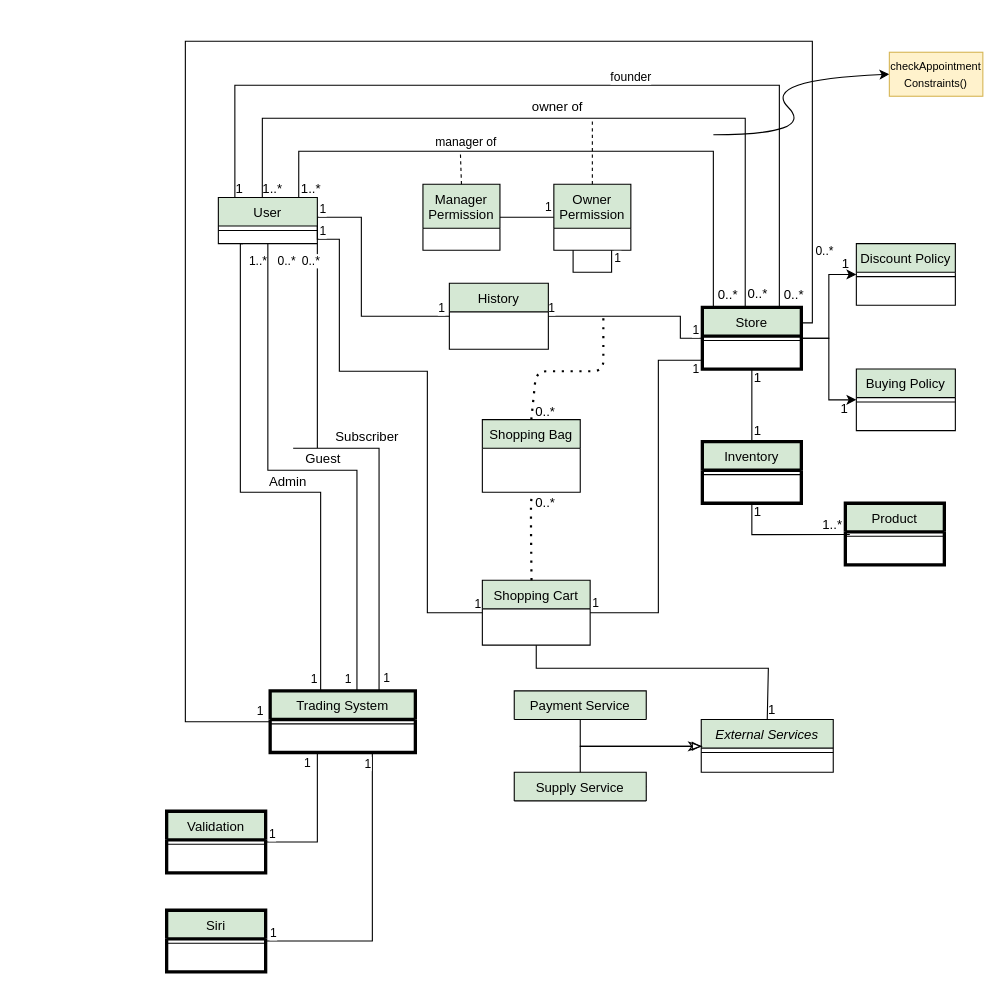
The draw.io diagram version_0/Split_Parts/WhiteDiagram/WhiteDiagram_new.drawio in amitrub/Trading-System, before the edit. Source tidied: cells renumbered, new cells numbered last; positions are measured from the earlier drawing's top-left corner, leaving out a move shared by most shapes. Both pictures are drawn from the tidied source at 110%, with x=0, y=0 at pixel (166, 41).
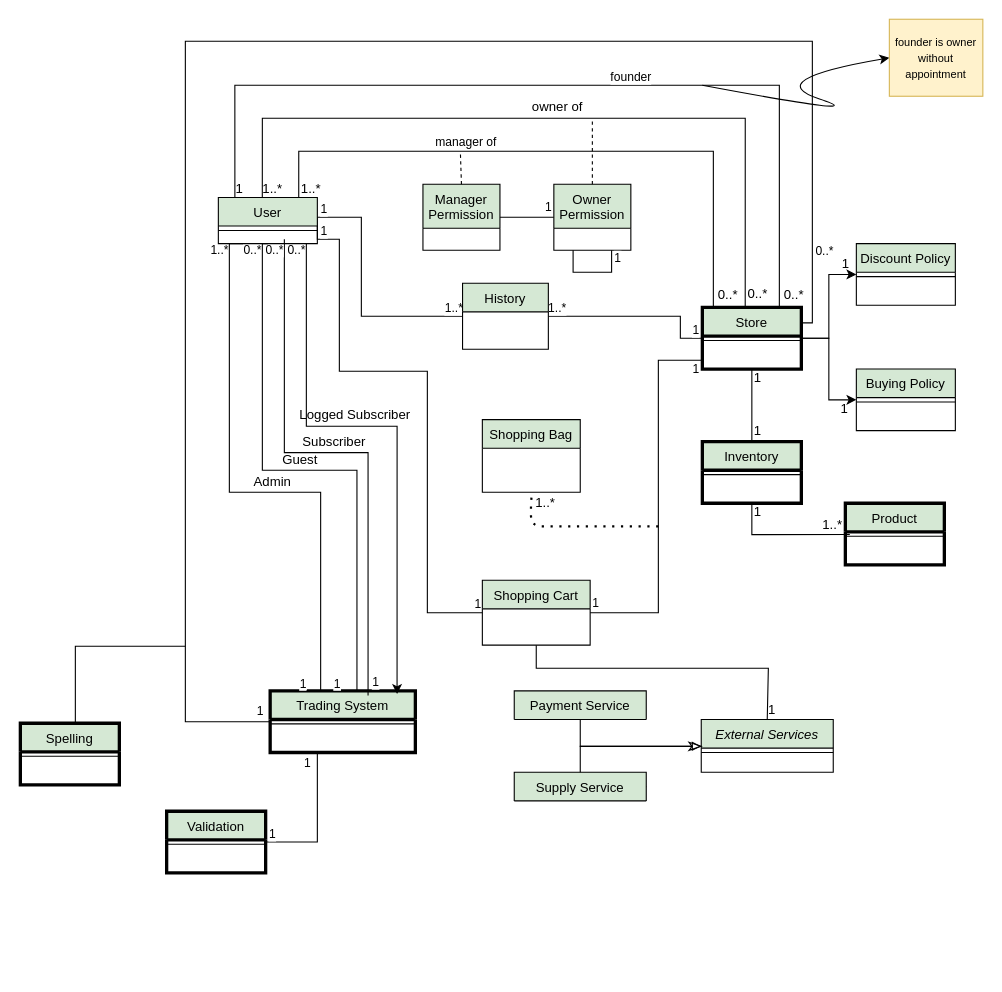
Above is the later version.

Unchanged cells that the change refers to:
```xml
<mxCell id="17" value="Trading System" style="swimlane;fontStyle=0;align=center;verticalAlign=top;horizontal=1;startSize=26;rounded=0;shadow=0;strokeWidth=3;fillColor=#d5e8d4;" parent="1" vertex="1">
  <mxGeometry x="94.1" y="590.6" width="132" height="56" as="geometry" />
</mxCell>
<mxCell id="49" value="Shopping Bag" style="swimlane;fontStyle=0;align=center;verticalAlign=top;horizontal=1;startSize=26;rounded=0;shadow=0;strokeWidth=1;fillColor=#d5e8d4;" parent="1" vertex="1">
  <mxGeometry x="287" y="344" width="89" height="66" as="geometry" />
</mxCell>
<mxCell id="65" style="edgeStyle=orthogonalEdgeStyle;rounded=0;jettySize=auto;html=1;exitX=1;exitY=0.5;exitDx=0;exitDy=0;entryX=0;entryY=0.5;entryDx=0;entryDy=0;endArrow=none;endFill=0;" parent="1" edge="1" source="69" target="88">
  <mxGeometry relative="1" as="geometry">
    <Array as="points">
      <mxPoint x="137" y="160" />
      <mxPoint x="177" y="160" />
      <mxPoint x="177" y="250" />
    </Array>
  </mxGeometry>
</mxCell>
<mxCell id="69" value="User" style="swimlane;fontStyle=0;align=center;verticalAlign=top;horizontal=1;startSize=26;rounded=0;shadow=0;strokeWidth=1;fillColor=#d5e8d4;" parent="1" vertex="1">
  <mxGeometry x="47" y="142" width="90" height="42" as="geometry" />
</mxCell>
<mxCell id="84" style="edgeStyle=orthogonalEdgeStyle;rounded=0;jettySize=auto;html=1;exitX=1;exitY=0.5;exitDx=0;exitDy=0;endArrow=none;endFill=0;" parent="1" edge="1" source="88">
  <mxGeometry relative="1" as="geometry">
    <mxPoint x="487" y="270" as="targetPoint" />
    <Array as="points">
      <mxPoint x="467" y="250" />
      <mxPoint x="467" y="270" />
    </Array>
  </mxGeometry>
</mxCell>
```

What changed in the source:
```diff
@@
-    <mxCell id="14" style="edgeStyle=orthogonalEdgeStyle;rounded=0;jettySize=auto;html=1;exitX=0.75;exitY=1;exitDx=0;exitDy=0;entryX=1;entryY=0.5;entryDx=0;entryDy=0;endArrow=none;endFill=0;" parent="1" edge="1" source="17" target="94">
-      <mxGeometry relative="1" as="geometry">
-        <Array as="points">
-          <mxPoint x="187" y="647" />
-          <mxPoint x="187" y="818" />
-        </Array>
-      </mxGeometry>
-    </mxCell>
-    <mxCell id="15" value="1" style="edgeLabel;html=1;align=center;verticalAlign=middle;" parent="14" vertex="1">
-      <mxGeometry x="-0.88" y="-1" relative="1" as="geometry">
-        <mxPoint x="-4" as="offset" />
-      </mxGeometry>
-    </mxCell>
-    <mxCell id="16" value="1" style="edgeLabel;html=1;align=center;verticalAlign=middle;" parent="14" vertex="1">
-      <mxGeometry x="0.9" y="2" relative="1" as="geometry">
-        <mxPoint x="-6.5" y="-10" as="offset" />
-      </mxGeometry>
-    </mxCell>
@@
-    <mxCell id="26" style="edgeStyle=orthogonalEdgeStyle;rounded=0;jettySize=auto;html=1;exitX=1;exitY=1;exitDx=0;exitDy=0;endArrow=none;endFill=0;entryX=0.75;entryY=0;entryDx=0;entryDy=0;" parent="1" edge="1" source="69" target="17">
+    <mxCell id="26" style="edgeStyle=orthogonalEdgeStyle;rounded=0;orthogonalLoop=1;jettySize=auto;html=1;endArrow=none;endFill=0;entryX=0.75;entryY=0;entryDx=0;entryDy=0;" parent="1" edge="1">
       <mxGeometry relative="1" as="geometry">
+        <mxPoint x="107" y="180" as="sourcePoint" />
+        <mxPoint x="183.1" y="594.7" as="targetPoint" />
         <Array as="points">
-          <mxPoint x="115" y="370" />
-          <mxPoint x="206" y="370" />
+          <mxPoint x="107" y="188" />
+          <mxPoint x="107" y="374" />
+          <mxPoint x="183" y="374" />
         </Array>
       </mxGeometry>
     </mxCell>
     <mxCell id="27" value="0..*" style="edgeLabel;html=1;align=center;verticalAlign=middle;" parent="26" vertex="1">
       <mxGeometry x="-0.97" relative="1" as="geometry">
-        <mxPoint x="-6.5" y="7" as="offset" />
+        <mxPoint x="-10" y="2.6" as="offset" />
       </mxGeometry>
     </mxCell>
@@
     <mxCell id="31" value="0..*" style="edgeLabel;html=1;align=center;verticalAlign=middle;" parent="26" vertex="1">
       <mxGeometry x="-0.97" relative="1" as="geometry">
-        <mxPoint x="-28.8" y="7" as="offset" />
+        <mxPoint x="-30" y="2.6" as="offset" />
       </mxGeometry>
     </mxCell>
     <mxCell id="32" value="1..*" style="edgeLabel;html=1;align=center;verticalAlign=middle;" parent="26" vertex="1">
       <mxGeometry x="-0.97" relative="1" as="geometry">
-        <mxPoint x="-54.8" y="7" as="offset" />
+        <mxPoint x="-60" y="2.6" as="offset" />
       </mxGeometry>
     </mxCell>
+    <mxCell id="90" value="0..*" style="edgeLabel;html=1;align=center;verticalAlign=middle;" parent="26" vertex="1">
+      <mxGeometry x="-0.97" relative="1" as="geometry">
+        <mxPoint x="10" y="2.6" as="offset" />
+      </mxGeometry>
+    </mxCell>
     <mxCell id="33" style="edgeStyle=orthogonalEdgeStyle;rounded=0;jettySize=auto;html=1;exitX=0.5;exitY=1;exitDx=0;exitDy=0;entryX=0.5;entryY=0;entryDx=0;entryDy=0;endArrow=none;endFill=0;" parent="1" edge="1" source="69" target="17">
       <mxGeometry relative="1" as="geometry">
         <Array as="points">
-          <mxPoint x="92" y="390" />
+          <mxPoint x="87" y="184" />
+          <mxPoint x="87" y="390" />
           <mxPoint x="173" y="390" />
+          <mxPoint x="173" y="591" />
         </Array>
       </mxGeometry>
     </mxCell>
     <mxCell id="34" style="edgeStyle=orthogonalEdgeStyle;rounded=0;jettySize=auto;html=1;exitX=0.25;exitY=1;exitDx=0;exitDy=0;entryX=0.25;entryY=0;entryDx=0;entryDy=0;endArrow=none;endFill=0;" parent="1" edge="1" source="69" target="17">
       <mxGeometry relative="1" as="geometry">
         <Array as="points">
-          <mxPoint x="67" y="184" />
-          <mxPoint x="67" y="410" />
+          <mxPoint x="57" y="184" />
+          <mxPoint x="57" y="410" />
           <mxPoint x="140" y="410" />
+          <mxPoint x="140" y="591" />
         </Array>
       </mxGeometry>
     </mxCell>
@@
     <mxCell id="58" style="curved=1;endArrow=classic;html=1;entryX=0;entryY=0.5;entryDx=0;entryDy=0;" parent="1" edge="1" target="59">
       <mxGeometry relative="1" as="geometry">
-        <mxPoint x="497" y="85" as="sourcePoint" />
+        <mxPoint x="487" y="40" as="sourcePoint" />
         <Array as="points">
-          <mxPoint x="590" y="85" />
+          <mxPoint x="647" y="70" />
           <mxPoint x="540" y="35" />
         </Array>
       </mxGeometry>
     </mxCell>
-    <mxCell id="59" value="&lt;font style=&quot;font-size: 10px&quot;&gt;checkAppointment&lt;br&gt;Constraints()&lt;/font&gt;" style="rounded=0;whiteSpace=wrap;html=1;fillColor=#fff2cc;strokeColor=#d6b656;" parent="1" vertex="1">
-      <mxGeometry x="657" y="10" width="85" height="40" as="geometry" />
+    <mxCell id="59" value="&lt;span style=&quot;font-size: 10px&quot;&gt;founder is owner without appointment&lt;/span&gt;" style="rounded=0;whiteSpace=wrap;html=1;fillColor=#fff2cc;strokeColor=#d6b656;" parent="1" vertex="1">
+      <mxGeometry x="657" y="-20" width="85" height="70" as="geometry" />
     </mxCell>
     <mxCell id="60" value="Guest" style="text;html=1;align=center;verticalAlign=middle;" parent="1" vertex="1">
-      <mxGeometry x="117" y="370" width="50" height="20" as="geometry" />
+      <mxGeometry x="96" y="371" width="50" height="20" as="geometry" />
     </mxCell>
     <mxCell id="61" value="Subscriber" style="text;html=1;align=center;verticalAlign=middle;" parent="1" vertex="1">
-      <mxGeometry x="147" y="350" width="70" height="20" as="geometry" />
+      <mxGeometry x="117" y="354" width="70" height="20" as="geometry" />
     </mxCell>
     <mxCell id="62" value="Admin" style="text;html=1;align=center;verticalAlign=middle;" parent="1" vertex="1">
-      <mxGeometry x="85" y="391" width="50" height="20" as="geometry" />
+      <mxGeometry x="71" y="391" width="50" height="20" as="geometry" />
     </mxCell>
@@
-    <mxCell id="67" value="1" style="edgeLabel;html=1;align=center;verticalAlign=middle;" parent="65" vertex="1">
+    <mxCell id="67" value="1..*" style="edgeLabel;html=1;align=center;verticalAlign=middle;" parent="65" vertex="1">
       <mxGeometry x="0.91" y="-1" relative="1" as="geometry">
-        <mxPoint x="2" y="-9" as="offset" />
+        <mxPoint x="1" y="-9" as="offset" />
       </mxGeometry>
     </mxCell>
@@
+    <mxCell id="100" style="edgeStyle=orthogonalEdgeStyle;rounded=0;jettySize=auto;html=1;entryX=0.874;entryY=0.05;entryDx=0;entryDy=0;entryPerimeter=0;" parent="1" edge="1" target="17">
+      <mxGeometry relative="1" as="geometry">
+        <mxPoint x="127" y="184" as="sourcePoint" />
+        <Array as="points">
+          <mxPoint x="127" y="350" />
+          <mxPoint x="210" y="350" />
+        </Array>
+      </mxGeometry>
+    </mxCell>
@@
-    <mxCell id="76" style="endArrow=none;dashed=1;html=1;dashPattern=1 3;strokeWidth=2;exitX=0.5;exitY=0;exitDx=0;exitDy=0;" parent="1" edge="1" source="49">
-      <mxGeometry relative="1" as="geometry">
-        <mxPoint x="397" y="250" as="targetPoint" />
-        <Array as="points">
-          <mxPoint x="336" y="300" />
-          <mxPoint x="397" y="300" />
-          <mxPoint x="397" y="280" />
-        </Array>
-      </mxGeometry>
-    </mxCell>
@@
-    <mxCell id="85" value="1" style="edgeLabel;html=1;align=center;verticalAlign=middle;" parent="84" vertex="1">
+    <mxCell id="85" value="1..*" style="edgeLabel;html=1;align=center;verticalAlign=middle;" parent="84" vertex="1">
       <mxGeometry x="-0.9" y="1" relative="1" as="geometry">
-        <mxPoint x="-6" y="-7" as="offset" />
+        <mxPoint x="-1" y="-7" as="offset" />
       </mxGeometry>
     </mxCell>
@@
     <mxCell id="88" value="History" style="swimlane;fontStyle=0;align=center;verticalAlign=top;horizontal=1;startSize=26;rounded=0;shadow=0;strokeWidth=1;fillColor=#d5e8d4;" parent="1" vertex="1">
-      <mxGeometry x="257" y="220" width="90" height="60" as="geometry" />
+      <mxGeometry x="269" y="220" width="78" height="60" as="geometry" />
     </mxCell>
     <mxCell id="89" style="endArrow=none;dashed=1;html=1;dashPattern=1 3;strokeWidth=2;" parent="1" edge="1">
       <mxGeometry relative="1" as="geometry">
-        <mxPoint x="331.7" y="490" as="sourcePoint" />
+        <mxPoint x="447" y="441" as="sourcePoint" />
         <mxPoint x="332" y="410" as="targetPoint" />
         <Array as="points">
           <mxPoint x="331.2" y="441" />
           <mxPoint x="331.2" y="421" />
         </Array>
       </mxGeometry>
     </mxCell>
-    <mxCell id="90" value="0..*" style="text;html=1;align=center;verticalAlign=middle;" parent="1" vertex="1">
-      <mxGeometry x="329" y="327" width="30" height="20" as="geometry" />
-    </mxCell>
-    <mxCell id="91" value="0..*" style="text;html=1;align=center;verticalAlign=middle;" parent="1" vertex="1">
+    <mxCell id="91" value="1..*" style="text;html=1;align=center;verticalAlign=middle;" parent="1" vertex="1">
       <mxGeometry x="329" y="410" width="30" height="20" as="geometry" />
     </mxCell>
@@
-    <mxCell id="94" value="Siri" style="swimlane;fontStyle=0;align=center;verticalAlign=top;horizontal=1;startSize=26;rounded=0;shadow=0;strokeWidth=3;fillColor=#d5e8d4;" parent="1" vertex="1">
-      <mxGeometry y="790" width="90" height="56" as="geometry" />
-    </mxCell>
-    <mxCell id="95" style="line;html=1;strokeWidth=1;align=left;verticalAlign=middle;spacingTop=-1;spacingLeft=3;spacingRight=3;labelPosition=right;" parent="94" vertex="1">
-      <mxGeometry y="26" width="90" height="8" as="geometry" />
-    </mxCell>
@@
+    <mxCell id="101" value="Logged Subscriber" style="text;html=1;align=center;verticalAlign=middle;" parent="1" vertex="1">
+      <mxGeometry x="111" y="330" width="120" height="20" as="geometry" />
+    </mxCell>
+    <mxCell id="102" style="edgeStyle=orthogonalEdgeStyle;rounded=0;jettySize=auto;html=1;exitX=0.75;exitY=0;exitDx=0;exitDy=0;endArrow=none;endFill=0;" parent="1" edge="1" source="103">
+      <mxGeometry relative="1" as="geometry">
+        <mxPoint x="17" y="550" as="targetPoint" />
+        <Array as="points">
+          <mxPoint x="-83" y="620" />
+          <mxPoint x="-83" y="550" />
+        </Array>
+      </mxGeometry>
+    </mxCell>
+    <mxCell id="103" value="Spelling" style="swimlane;fontStyle=0;align=center;verticalAlign=top;horizontal=1;startSize=26;rounded=0;shadow=0;strokeWidth=3;fillColor=#d5e8d4;" parent="1" vertex="1">
+      <mxGeometry x="-133" y="620" width="90" height="56" as="geometry" />
+    </mxCell>
+    <mxCell id="95" style="line;html=1;strokeWidth=1;align=left;verticalAlign=middle;spacingTop=-1;spacingLeft=3;spacingRight=3;labelPosition=right;" parent="103" vertex="1">
+      <mxGeometry y="26" width="90" height="8" as="geometry" />
+    </mxCell>
```
